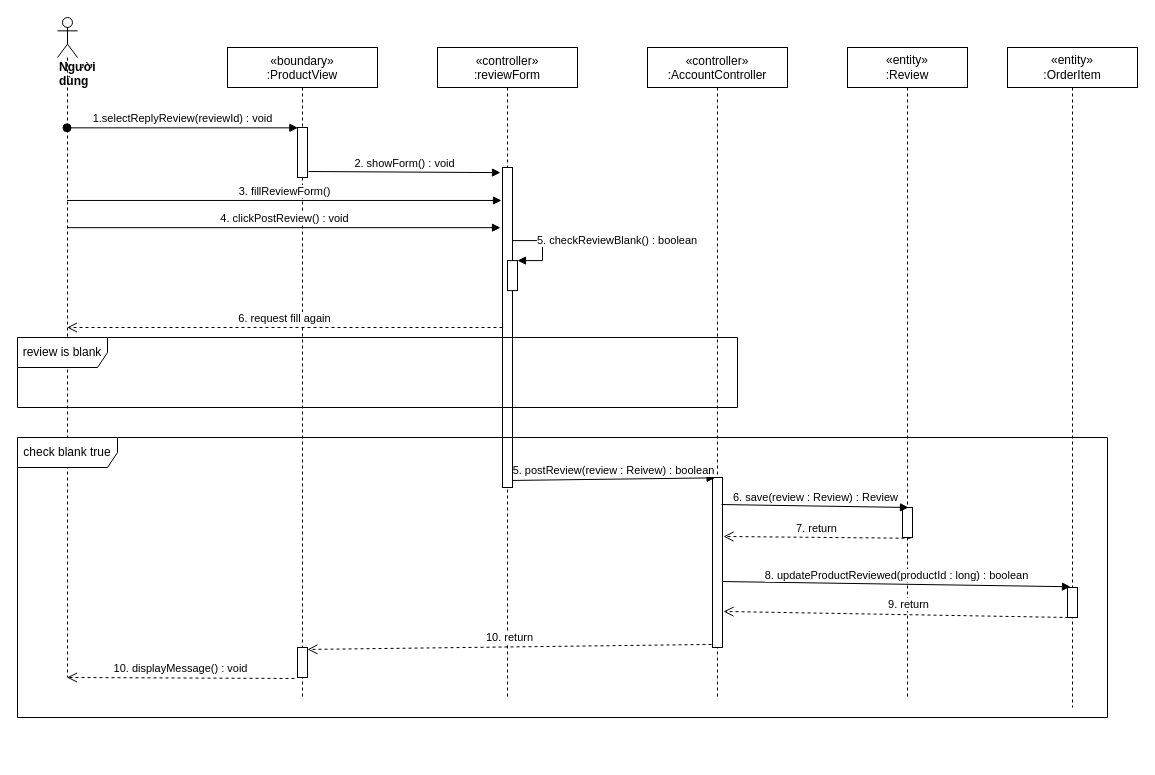
nguyenphamvan/datn_20202 keeps this draw.io diagram as sequence diagram/reply-reviews-product-sequence.drawio. Above is the earlier version. Source tidied: cells renumbered, new cells numbered last; positions are measured from the earlier drawing's top-left corner, leaving out a move shared by most shapes. Both pictures are drawn from the tidied source at 100%, with x=0, y=0 at pixel (17, 17).
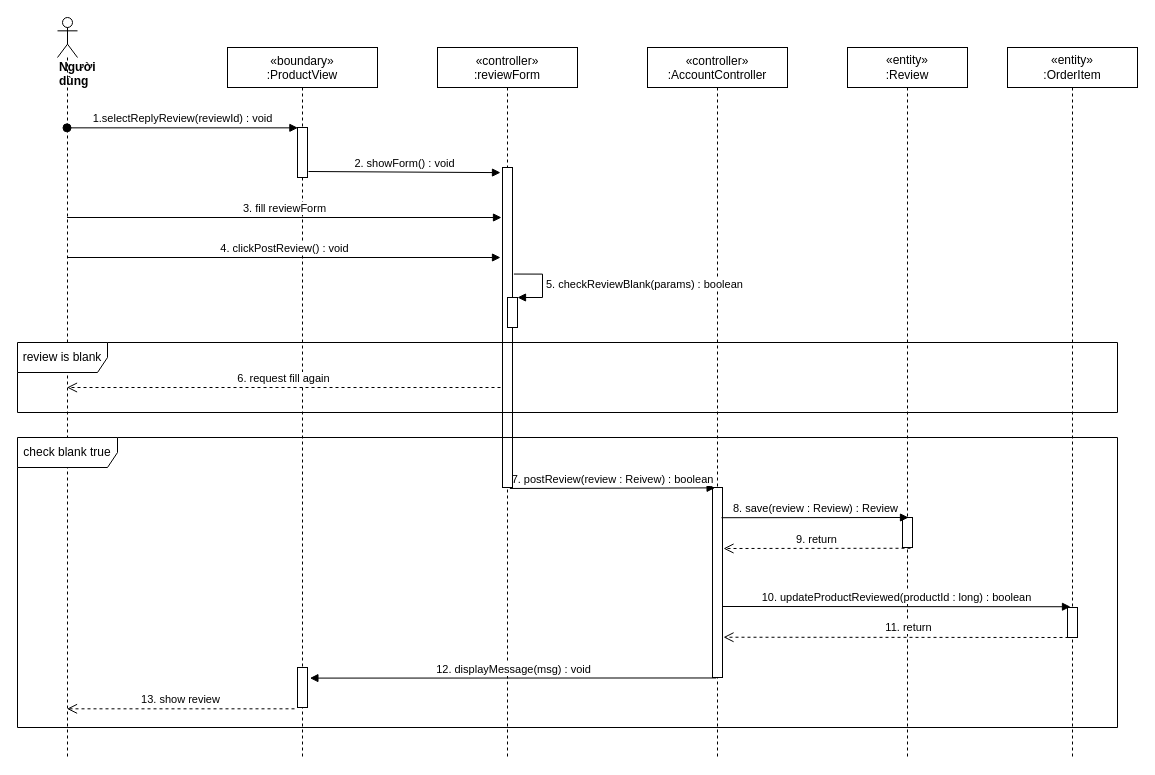
Above is the later version.

The change refers to these unchanged cells:
```xml
<mxCell id="21" style="html=1;points=[];perimeter=orthogonalPerimeter;" parent="1" vertex="1">
  <mxGeometry x="485" y="150" width="10" height="320" as="geometry" />
</mxCell>
```

Change to the diagram source:
```diff
@@
     <mxCell id="2" value="«boundary»&#10;:ProductView" style="shape=umlLifeline;perimeter=lifelinePerimeter;rounded=0;shadow=0;strokeWidth=1;" parent="1" vertex="1">
-      <mxGeometry x="210" y="30" width="150" height="650" as="geometry" />
+      <mxGeometry x="210" y="30" width="150" height="710" as="geometry" />
     </mxCell>
@@
     <mxCell id="4" value="«controller»&#10;:AccountController" style="shape=umlLifeline;perimeter=lifelinePerimeter;rounded=0;shadow=0;strokeWidth=1;size=40;" parent="1" vertex="1">
-      <mxGeometry x="630" y="30" width="140" height="650" as="geometry" />
+      <mxGeometry x="630" y="30" width="140" height="710" as="geometry" />
     </mxCell>
     <mxCell id="5" style="points=[];perimeter=orthogonalPerimeter;rounded=0;shadow=0;strokeWidth=1;" parent="4" vertex="1">
-      <mxGeometry x="65" y="430" width="10" height="170" as="geometry" />
+      <mxGeometry x="65" y="440" width="10" height="190" as="geometry" />
     </mxCell>
     <mxCell id="6" value="&lt;div&gt;&lt;b&gt;Người dùng&lt;/b&gt;&lt;/div&gt;" style="shape=umlLifeline;participant=umlActor;perimeter=lifelinePerimeter;whiteSpace=wrap;html=1;verticalAlign=top;spacingTop=36;outlineConnect=0;align=left;" parent="1" vertex="1">
-      <mxGeometry x="40" width="20" height="660" as="geometry" />
+      <mxGeometry x="40" width="20" height="740" as="geometry" />
     </mxCell>
@@
     <mxCell id="8" value="&lt;span&gt;«entity»&lt;br&gt;&lt;/span&gt;:Review" style="shape=umlLifeline;perimeter=lifelinePerimeter;whiteSpace=wrap;html=1;" parent="1" vertex="1">
-      <mxGeometry x="830" y="30" width="120" height="650" as="geometry" />
+      <mxGeometry x="830" y="30" width="120" height="710" as="geometry" />
     </mxCell>
     <mxCell id="9" style="points=[];perimeter=orthogonalPerimeter;rounded=0;shadow=0;strokeWidth=1;" parent="8" vertex="1">
-      <mxGeometry x="55" y="460" width="10" height="30" as="geometry" />
+      <mxGeometry x="55" y="470" width="10" height="30" as="geometry" />
     </mxCell>
-    <mxCell id="10" value="6. save(review : Review) : Review" style="html=1;verticalAlign=bottom;endArrow=block;entryX=0.6;entryY=0;entryDx=0;entryDy=0;entryPerimeter=0;exitX=0.9;exitY=0.159;exitDx=0;exitDy=0;exitPerimeter=0;" parent="1" edge="1" source="5" target="9">
+    <mxCell id="10" value="8. save(review : Review) : Review" style="html=1;verticalAlign=bottom;endArrow=block;entryX=0.6;entryY=0;entryDx=0;entryDy=0;entryPerimeter=0;exitX=0.9;exitY=0.159;exitDx=0;exitDy=0;exitPerimeter=0;" parent="1" edge="1" source="5" target="9">
       <mxGeometry relative="1" as="geometry" />
     </mxCell>
-    <mxCell id="11" value="7. return" style="html=1;verticalAlign=bottom;endArrow=open;dashed=1;endSize=8;exitX=0.8;exitY=1.025;exitDx=0;exitDy=0;exitPerimeter=0;entryX=1.1;entryY=0.347;entryDx=0;entryDy=0;entryPerimeter=0;" parent="1" edge="1" source="9" target="5">
-      <mxGeometry relative="1" as="geometry" />
+    <mxCell id="11" value="9. return" style="html=1;verticalAlign=bottom;endArrow=open;dashed=1;endSize=8;exitX=0.8;exitY=1.025;exitDx=0;exitDy=0;exitPerimeter=0;" parent="1" edge="1" source="9">
+      <mxGeometry relative="1" as="geometry">
+        <mxPoint x="706" y="531" as="targetPoint" />
+      </mxGeometry>
     </mxCell>
-    <mxCell id="12" value="3. fillReviewForm()" style="html=1;verticalAlign=bottom;endArrow=block;entryX=-0.1;entryY=0.103;entryDx=0;entryDy=0;entryPerimeter=0;" parent="1" edge="1" source="6" target="21">
-      <mxGeometry relative="1" as="geometry" />
+    <mxCell id="12" value="3. fill reviewForm" style="html=1;verticalAlign=bottom;endArrow=block;" parent="1" edge="1" source="6">
+      <mxGeometry relative="1" as="geometry">
+        <mxPoint x="484" y="200" as="targetPoint" />
+      </mxGeometry>
     </mxCell>
-    <mxCell id="13" value="5. postReview(review : Reivew) : boolean" style="html=1;verticalAlign=bottom;endArrow=block;entryX=0.26;entryY=0.002;entryDx=0;entryDy=0;entryPerimeter=0;exitX=0.9;exitY=0.978;exitDx=0;exitDy=0;exitPerimeter=0;" parent="1" edge="1" source="21" target="5">
+    <mxCell id="13" value="7. postReview(review : Reivew) : boolean" style="html=1;verticalAlign=bottom;endArrow=block;entryX=0.26;entryY=0.002;entryDx=0;entryDy=0;entryPerimeter=0;exitX=0.74;exitY=1.003;exitDx=0;exitDy=0;exitPerimeter=0;" parent="1" edge="1" source="21" target="5">
       <mxGeometry relative="1" as="geometry" />
     </mxCell>
-    <mxCell id="14" value="4. clickPostReview() : void" style="html=1;verticalAlign=bottom;endArrow=block;entryX=-0.2;entryY=0.188;entryDx=0;entryDy=0;entryPerimeter=0;" parent="1" edge="1" source="6" target="21">
-      <mxGeometry relative="1" as="geometry" />
+    <mxCell id="14" value="4. clickPostReview() : void" style="html=1;verticalAlign=bottom;endArrow=block;" parent="1" edge="1" source="6">
+      <mxGeometry relative="1" as="geometry">
+        <mxPoint x="483" y="240" as="targetPoint" />
+      </mxGeometry>
     </mxCell>
     <mxCell id="15" value="&lt;span&gt;«entity»&lt;br&gt;&lt;/span&gt;:OrderItem" style="shape=umlLifeline;perimeter=lifelinePerimeter;whiteSpace=wrap;html=1;" parent="1" vertex="1">
-      <mxGeometry x="990" y="30" width="130" height="660" as="geometry" />
+      <mxGeometry x="990" y="30" width="130" height="710" as="geometry" />
     </mxCell>
     <mxCell id="16" style="points=[];perimeter=orthogonalPerimeter;rounded=0;shadow=0;strokeWidth=1;" parent="15" vertex="1">
-      <mxGeometry x="60" y="540" width="10" height="30" as="geometry" />
+      <mxGeometry x="60" y="560" width="10" height="30" as="geometry" />
     </mxCell>
-    <mxCell id="17" value="8. updateProductReviewed(productId : long) : boolean" style="html=1;verticalAlign=bottom;endArrow=block;entryX=0.3;entryY=-0.025;entryDx=0;entryDy=0;entryPerimeter=0;exitX=1;exitY=0.612;exitDx=0;exitDy=0;exitPerimeter=0;" parent="1" edge="1" source="5" target="16">
-      <mxGeometry relative="1" as="geometry" />
+    <mxCell id="17" value="10. updateProductReviewed(productId : long) : boolean" style="html=1;verticalAlign=bottom;endArrow=block;entryX=0.3;entryY=-0.025;entryDx=0;entryDy=0;entryPerimeter=0;" parent="1" edge="1" target="16">
+      <mxGeometry relative="1" as="geometry">
+        <mxPoint x="705" y="589" as="sourcePoint" />
+      </mxGeometry>
     </mxCell>
-    <mxCell id="18" value="9. return" style="html=1;verticalAlign=bottom;endArrow=open;dashed=1;endSize=8;exitX=0.1;exitY=1;exitDx=0;exitDy=0;exitPerimeter=0;entryX=1.1;entryY=0.788;entryDx=0;entryDy=0;entryPerimeter=0;" parent="1" edge="1" source="16" target="5">
+    <mxCell id="18" value="11. return" style="html=1;verticalAlign=bottom;endArrow=open;dashed=1;endSize=8;exitX=0.1;exitY=1;exitDx=0;exitDy=0;exitPerimeter=0;entryX=1.1;entryY=0.788;entryDx=0;entryDy=0;entryPerimeter=0;" parent="1" edge="1" source="16" target="5">
       <mxGeometry x="-0.07" y="-1" relative="1" as="geometry" />
     </mxCell>
     <mxCell id="19" value="«controller»&#10;:reviewForm" style="shape=umlLifeline;perimeter=lifelinePerimeter;rounded=0;shadow=0;strokeWidth=1;size=40;" parent="1" vertex="1">
-      <mxGeometry x="420" y="30" width="140" height="650" as="geometry" />
+      <mxGeometry x="420" y="30" width="140" height="710" as="geometry" />
     </mxCell>
@@
     <mxCell id="22" style="html=1;points=[];perimeter=orthogonalPerimeter;" parent="1" vertex="1">
-      <mxGeometry x="490" y="243.1" width="10" height="30" as="geometry" />
+      <mxGeometry x="490" y="280" width="10" height="30" as="geometry" />
     </mxCell>
-    <mxCell id="23" value="5. checkReviewBlank() : boolean" style="edgeStyle=orthogonalEdgeStyle;html=1;align=left;spacingLeft=2;endArrow=block;rounded=0;entryX=1;entryY=0;exitX=1;exitY=0.209;exitDx=0;exitDy=0;exitPerimeter=0;" parent="1" edge="1" target="22">
+    <mxCell id="23" value="5. checkReviewBlank(params) : boolean" style="edgeStyle=orthogonalEdgeStyle;html=1;align=left;spacingLeft=2;endArrow=block;rounded=0;entryX=1;entryY=0;exitX=1.14;exitY=0.333;exitDx=0;exitDy=0;exitPerimeter=0;" parent="1" edge="1" source="21" target="22">
       <mxGeometry relative="1" as="geometry">
-        <mxPoint x="495" y="190" as="sourcePoint" />
         <Array as="points">
-          <mxPoint x="525" y="223.1" />
-          <mxPoint x="525" y="243.1" />
+          <mxPoint x="525" y="257" />
+          <mxPoint x="525" y="280" />
         </Array>
       </mxGeometry>
     </mxCell>
-    <mxCell id="24" value="6. request fill again" style="html=1;verticalAlign=bottom;endArrow=open;dashed=1;endSize=8;exitX=0;exitY=0.5;exitDx=0;exitDy=0;exitPerimeter=0;" parent="1" edge="1" source="21" target="6">
-      <mxGeometry relative="1" as="geometry" />
+    <mxCell id="24" value="6. request fill again" style="html=1;verticalAlign=bottom;endArrow=open;dashed=1;endSize=8;" parent="1" edge="1" target="6">
+      <mxGeometry relative="1" as="geometry">
+        <mxPoint x="483" y="370" as="sourcePoint" />
+      </mxGeometry>
     </mxCell>
     <mxCell id="25" value="review is blank" style="shape=umlFrame;whiteSpace=wrap;html=1;width=90;height=30;" parent="1" vertex="1">
-      <mxGeometry y="320" width="720" height="70" as="geometry" />
+      <mxGeometry y="325" width="1100" height="70" as="geometry" />
     </mxCell>
-    <mxCell id="26" value="10. return" style="html=1;verticalAlign=bottom;endArrow=open;dashed=1;endSize=8;exitX=-0.1;exitY=0.982;exitDx=0;exitDy=0;exitPerimeter=0;entryX=1;entryY=0.065;entryDx=0;entryDy=0;entryPerimeter=0;" parent="1" edge="1" source="5" target="28">
-      <mxGeometry relative="1" as="geometry" />
-    </mxCell>
-    <mxCell id="27" value="&lt;span style=&quot;color: rgb(0 , 0 , 0) ; font-family: &amp;#34;helvetica&amp;#34; ; font-size: 11px ; font-style: normal ; font-weight: 400 ; letter-spacing: normal ; text-align: center ; text-indent: 0px ; text-transform: none ; word-spacing: 0px ; background-color: rgb(255 , 255 , 255) ; display: inline ; float: none&quot;&gt;10. displayMessage() : void&lt;/span&gt;" style="html=1;verticalAlign=bottom;endArrow=open;dashed=1;endSize=8;exitX=-0.3;exitY=1.033;exitDx=0;exitDy=0;exitPerimeter=0;" parent="1" edge="1" source="28" target="6">
+    <mxCell id="27" value="&lt;font face=&quot;helvetica&quot;&gt;13. show review&lt;/font&gt;" style="html=1;verticalAlign=bottom;endArrow=open;dashed=1;endSize=8;exitX=-0.3;exitY=1.033;exitDx=0;exitDy=0;exitPerimeter=0;" parent="1" edge="1" source="28" target="6">
       <mxGeometry relative="1" as="geometry" />
     </mxCell>
     <mxCell id="28" style="html=1;points=[];perimeter=orthogonalPerimeter;" parent="1" vertex="1">
-      <mxGeometry x="280" y="630" width="10" height="30" as="geometry" />
+      <mxGeometry x="280" y="650" width="10" height="40" as="geometry" />
     </mxCell>
     <mxCell id="29" value="check blank true" style="shape=umlFrame;whiteSpace=wrap;html=1;width=100;height=30;" parent="1" vertex="1">
-      <mxGeometry y="420" width="1090" height="280" as="geometry" />
+      <mxGeometry y="420" width="1100" height="290" as="geometry" />
     </mxCell>
+    <mxCell id="30" value="&lt;span style=&quot;font-family: &amp;#34;helvetica&amp;#34;&quot;&gt;12. displayMessage(msg) : void&lt;/span&gt;" style="html=1;verticalAlign=bottom;endArrow=block;exitX=0.491;exitY=0.888;exitDx=0;exitDy=0;exitPerimeter=0;entryX=1.24;entryY=0.265;entryDx=0;entryDy=0;entryPerimeter=0;" parent="1" edge="1" source="4" target="28">
+      <mxGeometry relative="1" as="geometry" />
+    </mxCell>
```
